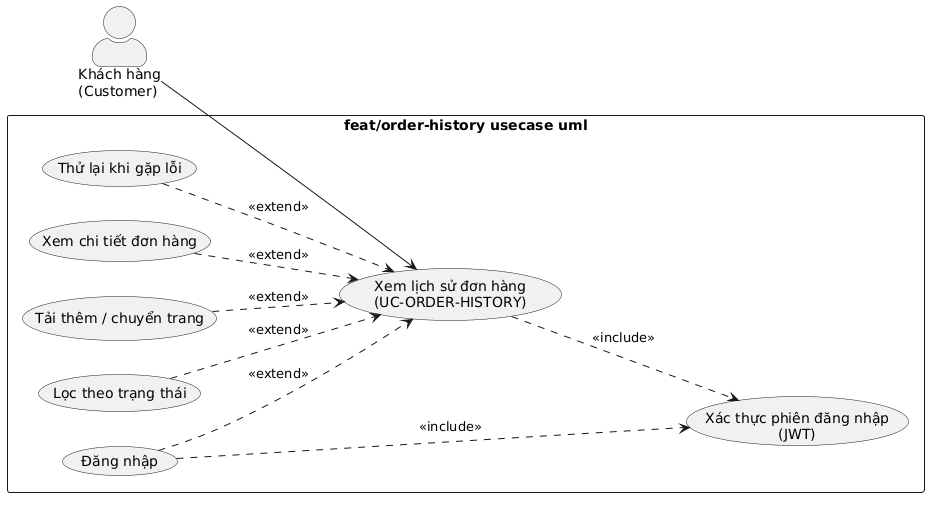
Before: report/figures/usecase-order-history.png, a diagram exported from PlantUML (ChienPM-27/BrewLite_02).
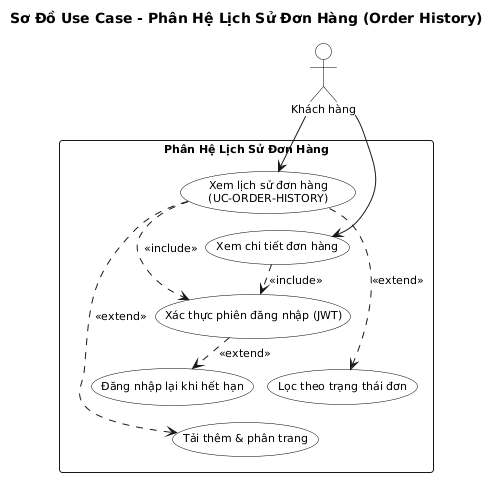
Above is the later version.

Diff of the diagram source:
```diff
@@ -1,27 +1,43 @@
-@startuml
-left to right direction
-skinparam packageStyle rectangle
-skinparam actorStyle awesome
+@startuml usecase-order-history
+title Sơ Đồ Use Case - Phân Hệ Lịch Sử Đơn Hàng (Order History)
 
-actor "Khách hàng\n(Customer)" as Customer
+skinparam defaultFontName Arial
+skinparam shadowing false
+skinparam roundcorner 6
+skinparam defaultFontSize 11
+skinparam nodesep 14
+skinparam ranksep 16
 
-rectangle "feat/order-history usecase uml" {
-  usecase "Xem lịch sử đơn hàng\n(UC-ORDER-HISTORY)" as UC_History
-  usecase "Xác thực phiên đăng nhập\n(JWT)" as UC_Auth
-  usecase "Đăng nhập" as UC_Login
-  usecase "Lọc theo trạng thái" as UC_Filter
-  usecase "Tải thêm / chuyển trang" as UC_Paging
-  usecase "Xem chi tiết đơn hàng" as UC_Detail
-  usecase "Thử lại khi gặp lỗi" as UC_Retry
+skinparam actor {
+    BackgroundColor white
+    BorderColor black
+}
+skinparam usecase {
+    BackgroundColor white
+    BorderColor black
+}
+
+actor "Khách hàng" as Customer
+
+rectangle "Phân Hệ Lịch Sử Đơn Hàng" {
+    usecase "Xem lịch sử đơn hàng\n(UC-ORDER-HISTORY)" as UC_History
+    usecase "Xác thực phiên đăng nhập (JWT)" as UC_Auth
+    usecase "Xem chi tiết đơn hàng" as UC_Detail
+    usecase "Lọc theo trạng thái đơn" as UC_Filter
+    usecase "Tải thêm & phân trang" as UC_Paging
+    usecase "Đăng nhập lại khi hết hạn" as UC_Login
 }
 
 Customer --> UC_History
+Customer --> UC_Detail
 
-UC_History ..> UC_Auth    : <<include>>
-UC_Login   ..> UC_Auth    : <<include>>
-UC_Login   ..> UC_History : <<extend>>
-UC_Filter  ..> UC_History : <<extend>>
-UC_Paging  ..> UC_History : <<extend>>
-UC_Detail  ..> UC_History : <<extend>>
-UC_Retry   ..> UC_History : <<extend>>
+UC_History ..> UC_Auth : <<include>>
+UC_Detail ..> UC_Auth : <<include>>
+UC_History ..> UC_Filter : <<extend>>
+UC_History ..> UC_Paging : <<extend>>
+UC_Auth ..> UC_Login : <<extend>>
+
+UC_History -[hidden]down-> UC_Detail
+UC_Auth -[hidden]down-> UC_Filter
+UC_Filter -[hidden]down-> UC_Paging
 @enduml
```
